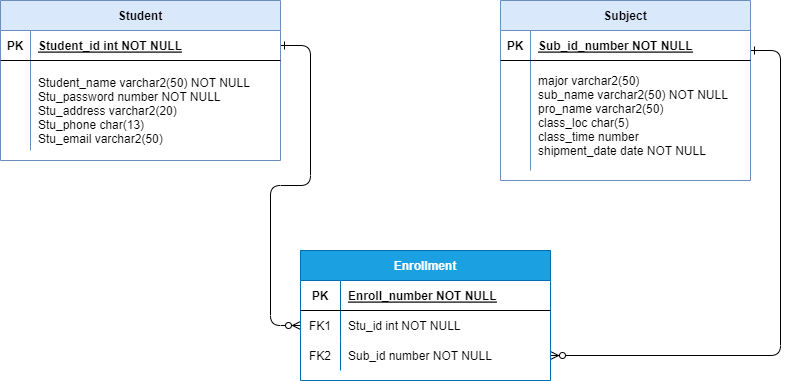
Earlier version of the draw.io export shinhan_project1.drawio.png (seoyoung98/Enrollment). Source tidied: cells renumbered, new cells last; positions are measured from the earlier drawing's top-left corner, leaving out a move shared by most shapes.
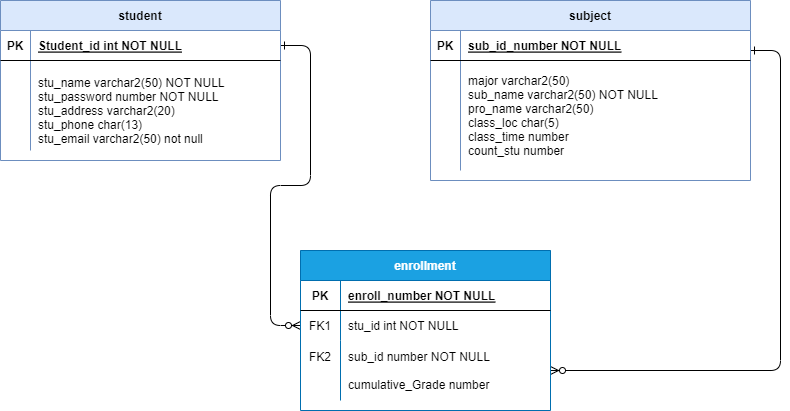
The same diagram one commit later.

The edit, as a diff of the source:
```diff
@@ -19,8 +19,8 @@
         </Array>
       </mxGeometry>
     </mxCell>
-    <mxCell id="4" value="Enrollment" style="shape=table;startSize=30;rowLines=0;fontStyle=1;align=center;fillColor=#1ba1e2;strokeColor=#006EAF;fontColor=#ffffff;" parent="1" vertex="1">
-      <mxGeometry x="300" y="250" width="250" height="130" as="geometry" />
+    <mxCell id="4" value="enrollment" style="shape=table;startSize=30;rowLines=0;fontStyle=1;align=center;fillColor=#1ba1e2;strokeColor=#006EAF;fontColor=#ffffff;" parent="1" vertex="1">
+      <mxGeometry x="300" y="250" width="250" height="160" as="geometry" />
     </mxCell>
     <mxCell id="5" style="shape=partialRectangle;fillColor=none;top=0;left=0;right=0;bottom=1;" parent="4" vertex="1">
       <mxGeometry y="30" width="250" height="30" as="geometry" />
@@ -28,7 +28,7 @@
     <mxCell id="6" value="PK" style="shape=partialRectangle;overflow=hidden;fillColor=none;top=0;left=0;bottom=0;right=0;fontStyle=1;" parent="5" vertex="1">
       <mxGeometry width="40" height="30" as="geometry" />
     </mxCell>
-    <mxCell id="7" value="Enroll_number NOT NULL " style="shape=partialRectangle;overflow=hidden;fillColor=none;top=0;left=0;bottom=0;right=0;align=left;spacingLeft=6;fontStyle=5;" parent="5" vertex="1">
+    <mxCell id="7" value="enroll_number NOT NULL " style="shape=partialRectangle;overflow=hidden;fillColor=none;top=0;left=0;bottom=0;right=0;align=left;spacingLeft=6;fontStyle=5;" parent="5" vertex="1">
       <mxGeometry x="40" width="210" height="30" as="geometry" />
     </mxCell>
     <mxCell id="8" style="shape=partialRectangle;fillColor=none;points=[[0,0.5],[1,0.5]];portConstraint=eastwest;top=0;left=0;right=0;bottom=0;" parent="4" vertex="1">
@@ -37,40 +37,40 @@
     <mxCell id="9" value="FK1" style="shape=partialRectangle;overflow=hidden;fillColor=none;top=0;left=0;bottom=0;right=0;" parent="8" vertex="1">
       <mxGeometry width="40" height="30" as="geometry" />
     </mxCell>
-    <mxCell id="10" value="Stu_id int NOT NULL" style="shape=partialRectangle;overflow=hidden;fillColor=none;top=0;left=0;bottom=0;right=0;align=left;spacingLeft=6;" parent="8" vertex="1">
+    <mxCell id="10" value="stu_id int NOT NULL" style="shape=partialRectangle;overflow=hidden;fillColor=none;top=0;left=0;bottom=0;right=0;align=left;spacingLeft=6;" parent="8" vertex="1">
       <mxGeometry x="40" width="210" height="30" as="geometry" />
     </mxCell>
     <mxCell id="11" style="shape=partialRectangle;fillColor=none;points=[[0,0.5],[1,0.5]];portConstraint=eastwest;top=0;left=0;right=0;bottom=0;" parent="4" vertex="1">
-      <mxGeometry y="90" width="250" height="30" as="geometry" />
+      <mxGeometry y="90" width="250" height="60" as="geometry" />
     </mxCell>
-    <mxCell id="12" value="FK2" style="shape=partialRectangle;overflow=hidden;fillColor=none;top=0;left=0;bottom=0;right=0;" parent="11" vertex="1">
-      <mxGeometry width="40" height="30" as="geometry" />
+    <mxCell id="12" value="FK2&#10;&#10;" style="shape=partialRectangle;overflow=hidden;fillColor=none;top=0;left=0;bottom=0;right=0;" parent="11" vertex="1">
+      <mxGeometry width="40" height="60" as="geometry" />
     </mxCell>
-    <mxCell id="13" value="Sub_id number NOT NULL" style="shape=partialRectangle;overflow=hidden;fillColor=none;top=0;left=0;bottom=0;right=0;align=left;spacingLeft=6;" parent="11" vertex="1">
-      <mxGeometry x="40" width="210" height="30" as="geometry" />
+    <mxCell id="13" value="sub_id number NOT NULL&#10;&#10;cumulative_Grade number" style="shape=partialRectangle;overflow=hidden;fillColor=none;top=0;left=0;bottom=0;right=0;align=left;spacingLeft=6;" parent="11" vertex="1">
+      <mxGeometry x="40" width="210" height="60" as="geometry" />
     </mxCell>
-    <mxCell id="14" value="Subject" style="shape=table;startSize=30;rowLines=0;fontStyle=1;align=center;fillColor=#dae8fc;strokeColor=#6c8ebf;" parent="1" vertex="1">
-      <mxGeometry x="500" width="250" height="180" as="geometry" />
+    <mxCell id="14" value="subject" style="shape=table;startSize=30;rowLines=0;fontStyle=1;align=center;fillColor=#dae8fc;strokeColor=#6c8ebf;" parent="1" vertex="1">
+      <mxGeometry x="430" width="320" height="180" as="geometry" />
     </mxCell>
     <mxCell id="15" style="shape=partialRectangle;fillColor=none;top=0;left=0;right=0;bottom=1;" parent="14" vertex="1">
-      <mxGeometry y="30" width="250" height="30" as="geometry" />
+      <mxGeometry y="30" width="320" height="30" as="geometry" />
     </mxCell>
     <mxCell id="16" value="PK" style="shape=partialRectangle;overflow=hidden;fillColor=none;top=0;left=0;bottom=0;right=0;fontStyle=1;" parent="15" vertex="1">
       <mxGeometry width="30" height="30" as="geometry" />
     </mxCell>
-    <mxCell id="17" value="Sub_id_number NOT NULL " style="shape=partialRectangle;overflow=hidden;fillColor=none;top=0;left=0;bottom=0;right=0;align=left;spacingLeft=6;fontStyle=5;" parent="15" vertex="1">
-      <mxGeometry x="30" width="220" height="30" as="geometry" />
+    <mxCell id="17" value="sub_id_number NOT NULL " style="shape=partialRectangle;overflow=hidden;fillColor=none;top=0;left=0;bottom=0;right=0;align=left;spacingLeft=6;fontStyle=5;" parent="15" vertex="1">
+      <mxGeometry x="30" width="290" height="30" as="geometry" />
     </mxCell>
     <mxCell id="18" style="shape=partialRectangle;fillColor=none;top=0;left=0;right=0;bottom=0;" parent="14" vertex="1">
-      <mxGeometry y="60" width="250" height="110" as="geometry" />
+      <mxGeometry y="60" width="320" height="110" as="geometry" />
     </mxCell>
     <mxCell id="19" style="shape=partialRectangle;overflow=hidden;fillColor=none;top=0;left=0;bottom=0;right=0;" parent="18" vertex="1">
       <mxGeometry width="30" height="110" as="geometry" />
     </mxCell>
-    <mxCell id="20" value="major varchar2(50)&#10;sub_name varchar2(50) NOT NULL&#10;pro_name varchar2(50)&#10;class_loc char(5)&#10;class_time number&#10;shipment_date date NOT NULL" style="shape=partialRectangle;overflow=hidden;fillColor=none;top=0;left=0;bottom=0;right=0;align=left;spacingLeft=6;" parent="18" vertex="1">
-      <mxGeometry x="30" width="220" height="110" as="geometry" />
+    <mxCell id="20" value="major varchar2(50)&#10;sub_name varchar2(50) NOT NULL&#10;pro_name varchar2(50)&#10;class_loc char(5)&#10;class_time number&#10;count_stu number" style="shape=partialRectangle;overflow=hidden;fillColor=none;top=0;left=0;bottom=0;right=0;align=left;spacingLeft=6;" parent="18" vertex="1">
+      <mxGeometry x="30" width="290" height="110" as="geometry" />
     </mxCell>
-    <mxCell id="21" value="Student" style="shape=table;startSize=30;rowLines=0;fontStyle=1;align=center;fillColor=#dae8fc;strokeColor=#6c8ebf;" parent="1" vertex="1">
+    <mxCell id="21" value="student" style="shape=table;startSize=30;rowLines=0;fontStyle=1;align=center;fillColor=#dae8fc;strokeColor=#6c8ebf;" parent="1" vertex="1">
       <mxGeometry width="280" height="160" as="geometry" />
     </mxCell>
     <mxCell id="22" style="shape=partialRectangle;fillColor=none;points=[[0,0.5],[1,0.5]];portConstraint=eastwest;top=0;left=0;right=0;bottom=1;" parent="21" vertex="1">
@@ -88,7 +88,7 @@
     <mxCell id="26" style="shape=partialRectangle;overflow=hidden;fillColor=none;top=0;left=0;bottom=0;right=0;" parent="25" vertex="1">
       <mxGeometry width="30" height="90" as="geometry" />
     </mxCell>
-    <mxCell id="27" value="&#10;Student_name varchar2(50) NOT NULL&#10;Stu_password number NOT NULL&#10;Stu_address varchar2(20) &#10;Stu_phone char(13) &#10;Stu_email varchar2(50) &#10;" style="shape=partialRectangle;overflow=hidden;fillColor=none;top=0;left=0;bottom=0;right=0;align=left;spacingLeft=6;" parent="25" vertex="1">
+    <mxCell id="27" value="&#10;stu_name varchar2(50) NOT NULL&#10;stu_password number NOT NULL&#10;stu_address varchar2(20) &#10;stu_phone char(13) &#10;stu_email varchar2(50) not null&#10;" style="shape=partialRectangle;overflow=hidden;fillColor=none;top=0;left=0;bottom=0;right=0;align=left;spacingLeft=6;" parent="25" vertex="1">
       <mxGeometry x="30" width="250" height="90" as="geometry" />
     </mxCell>
   </root>
```
